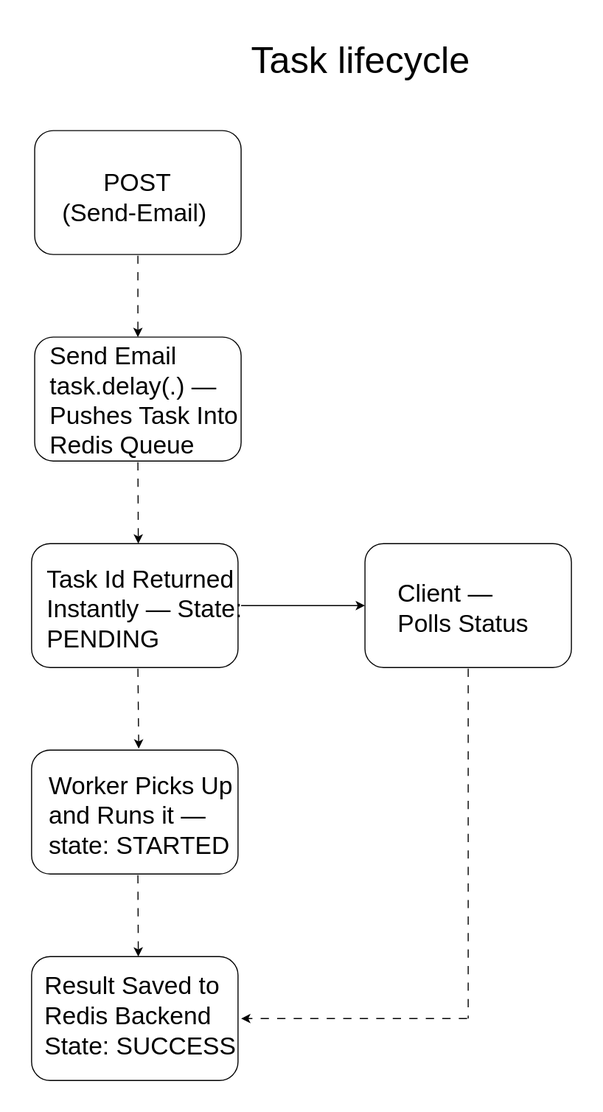
Above: Lab/Lab_2/images/Task lifecycle.drawio.svg in iftakhar-323/lab (draw.io), before the change. Source tidied: cells renumbered, new cells last; positions are measured from the earlier drawing's top-left corner, leaving out a move shared by most shapes. Source of this version:
```xml
<mxGraphModel>
  <root>
    <mxCell id="0" />
    <mxCell id="1" parent="0" />
    <mxCell id="2" style="rounded=1;whiteSpace=wrap;html=1;fillColor=light-dark(#FFFFFF,#FFF4C3);" parent="1" vertex="1">
      <mxGeometry x="3" y="96" width="200" height="120" as="geometry" />
    </mxCell>
    <mxCell id="3" style="rounded=1;whiteSpace=wrap;html=1;fillColor=light-dark(#FFFFFF,#FFF4C3);" parent="1" vertex="1">
      <mxGeometry x="3" y="296" width="200" height="120" as="geometry" />
    </mxCell>
    <mxCell id="4" style="rounded=1;whiteSpace=wrap;html=1;fillColor=light-dark(#FFFFFF,#FFFFCC);" parent="1" vertex="1">
      <mxGeometry y="496" width="200" height="120" as="geometry" />
    </mxCell>
    <mxCell id="5" style="rounded=1;whiteSpace=wrap;html=1;fillColor=light-dark(#FFFFFF,#FFFFCC);" parent="1" vertex="1">
      <mxGeometry y="696" width="200" height="120" as="geometry" />
    </mxCell>
    <mxCell id="6" style="rounded=1;whiteSpace=wrap;html=1;fillColor=light-dark(#FFFFFF,#FFFFCC);" parent="1" vertex="1">
      <mxGeometry y="896" width="200" height="120" as="geometry" />
    </mxCell>
    <mxCell id="7" style="rounded=1;whiteSpace=wrap;html=1;fillColor=light-dark(#FFFFFF,#FFFFCC);" parent="1" vertex="1">
      <mxGeometry x="323" y="496" width="200" height="120" as="geometry" />
    </mxCell>
    <mxCell id="8" style="endArrow=classic;html=1;rounded=0;entryX=0.5;entryY=0;entryDx=0;entryDy=0;flowAnimation=1;" parent="1" edge="1" target="3">
      <mxGeometry relative="1" as="geometry">
        <mxPoint x="103" y="216" as="sourcePoint" />
      </mxGeometry>
    </mxCell>
    <mxCell id="9" style="endArrow=classic;html=1;rounded=0;entryX=0.517;entryY=0;entryDx=0;entryDy=0;entryPerimeter=0;flowAnimation=1;" parent="1" edge="1" target="4">
      <mxGeometry relative="1" as="geometry">
        <mxPoint x="103" y="416" as="sourcePoint" />
      </mxGeometry>
    </mxCell>
    <mxCell id="10" style="endArrow=classic;html=1;rounded=0;entryX=0.519;entryY=-0.012;entryDx=0;entryDy=0;entryPerimeter=0;flowAnimation=1;" parent="1" edge="1" target="5">
      <mxGeometry relative="1" as="geometry">
        <mxPoint x="103" y="616" as="sourcePoint" />
      </mxGeometry>
    </mxCell>
    <mxCell id="11" style="endArrow=classic;html=1;rounded=0;entryX=0.517;entryY=0;entryDx=0;entryDy=0;entryPerimeter=0;flowAnimation=1;" parent="1" edge="1" target="6">
      <mxGeometry relative="1" as="geometry">
        <mxPoint x="103" y="816" as="sourcePoint" />
      </mxGeometry>
    </mxCell>
    <mxCell id="12" style="endArrow=classic;html=1;rounded=0;entryX=0;entryY=0.5;entryDx=0;entryDy=0;" parent="1" edge="1" target="7">
      <mxGeometry relative="1" as="geometry">
        <mxPoint x="203" y="556" as="sourcePoint" />
      </mxGeometry>
    </mxCell>
    <mxCell id="13" style="endArrow=classic;html=1;rounded=0;flowAnimation=1;" parent="1" edge="1">
      <mxGeometry relative="1" as="geometry">
        <mxPoint x="423" y="956" as="sourcePoint" />
        <mxPoint x="203" y="956" as="targetPoint" />
      </mxGeometry>
    </mxCell>
    <mxCell id="14" style="endArrow=none;html=1;rounded=0;flowAnimation=1;exitX=0.5;exitY=1;exitDx=0;exitDy=0;" parent="1" edge="1" source="7">
      <mxGeometry relative="1" as="geometry">
        <mxPoint x="423" y="956" as="targetPoint" />
      </mxGeometry>
    </mxCell>
    <mxCell id="15" value="&lt;font style=&quot;font-size: 36px;&quot;&gt;Task lifecycle&lt;/font&gt;" style="text;whiteSpace=wrap;html=1;" parent="1" vertex="1">
      <mxGeometry x="211" width="270" height="40" as="geometry" />
    </mxCell>
    <mxCell id="16" value="&lt;span style=&quot;color: light-dark(rgb(0, 0, 0), rgb(0, 0, 0));&quot;&gt;&lt;font style=&quot;font-size: 24px;&quot;&gt;&amp;nbsp; &amp;nbsp; &amp;nbsp; POST&amp;nbsp;&lt;/font&gt;&lt;/span&gt;&lt;div&gt;&lt;span style=&quot;color: light-dark(rgb(0, 0, 0), rgb(0, 0, 0));&quot;&gt;&lt;font style=&quot;font-size: 24px;&quot;&gt;(Send-Email)&lt;/font&gt;&lt;/span&gt;&lt;/div&gt;" style="text;whiteSpace=wrap;html=1;" parent="1" vertex="1">
      <mxGeometry x="28" y="126" width="155" height="40" as="geometry" />
    </mxCell>
    <mxCell id="17" value="&lt;span style=&quot;color: light-dark(rgb(0, 0, 0), rgb(0, 0, 0));&quot;&gt;&lt;font style=&quot;font-size: 24px;&quot;&gt;Send Email task.delay(.) — Pushes Task Into Redis Queue&lt;/font&gt;&lt;/span&gt;" style="text;whiteSpace=wrap;html=1;" parent="1" vertex="1">
      <mxGeometry x="16" y="294" width="230" height="80" as="geometry" />
    </mxCell>
    <mxCell id="18" value="&lt;span style=&quot;color: light-dark(rgb(0, 0, 0), rgb(0, 0, 0));&quot;&gt;&lt;font style=&quot;font-size: 24px;&quot;&gt;Task Id Returned Instantly — State: PENDING&lt;/font&gt;&lt;/span&gt;" style="text;whiteSpace=wrap;html=1;" parent="1" vertex="1">
      <mxGeometry x="13" y="510" width="208" height="40" as="geometry" />
    </mxCell>
    <mxCell id="19" value="&lt;span style=&quot;color: light-dark(rgb(0, 0, 0), rgb(0, 0, 0));&quot;&gt;&lt;font style=&quot;font-size: 24px;&quot;&gt;Worker Picks Up and Runs it — state: STARTED&lt;/font&gt;&lt;/span&gt;" style="text;whiteSpace=wrap;html=1;" parent="1" vertex="1">
      <mxGeometry x="14.5" y="710" width="193" height="40" as="geometry" />
    </mxCell>
    <mxCell id="20" value="&lt;span style=&quot;color: light-dark(rgb(0, 0, 0), rgb(0, 0, 0));&quot;&gt;&lt;font style=&quot;font-size: 24px;&quot;&gt;Result Saved to Redis Backend&amp;nbsp; State: SUCCESS&lt;/font&gt;&lt;/span&gt;" style="text;whiteSpace=wrap;html=1;" parent="1" vertex="1">
      <mxGeometry x="11" y="904" width="200" height="40" as="geometry" />
    </mxCell>
    <mxCell id="21" value="&lt;span style=&quot;color: light-dark(rgb(0, 0, 0), rgb(0, 0, 0));&quot;&gt;&lt;font style=&quot;font-size: 24px;&quot;&gt;Client — Polls Status&lt;/font&gt;&lt;/span&gt;" style="text;whiteSpace=wrap;html=1;" parent="1" vertex="1">
      <mxGeometry x="353" y="524" width="140" height="40" as="geometry" />
    </mxCell>
  </root>
</mxGraphModel>
```
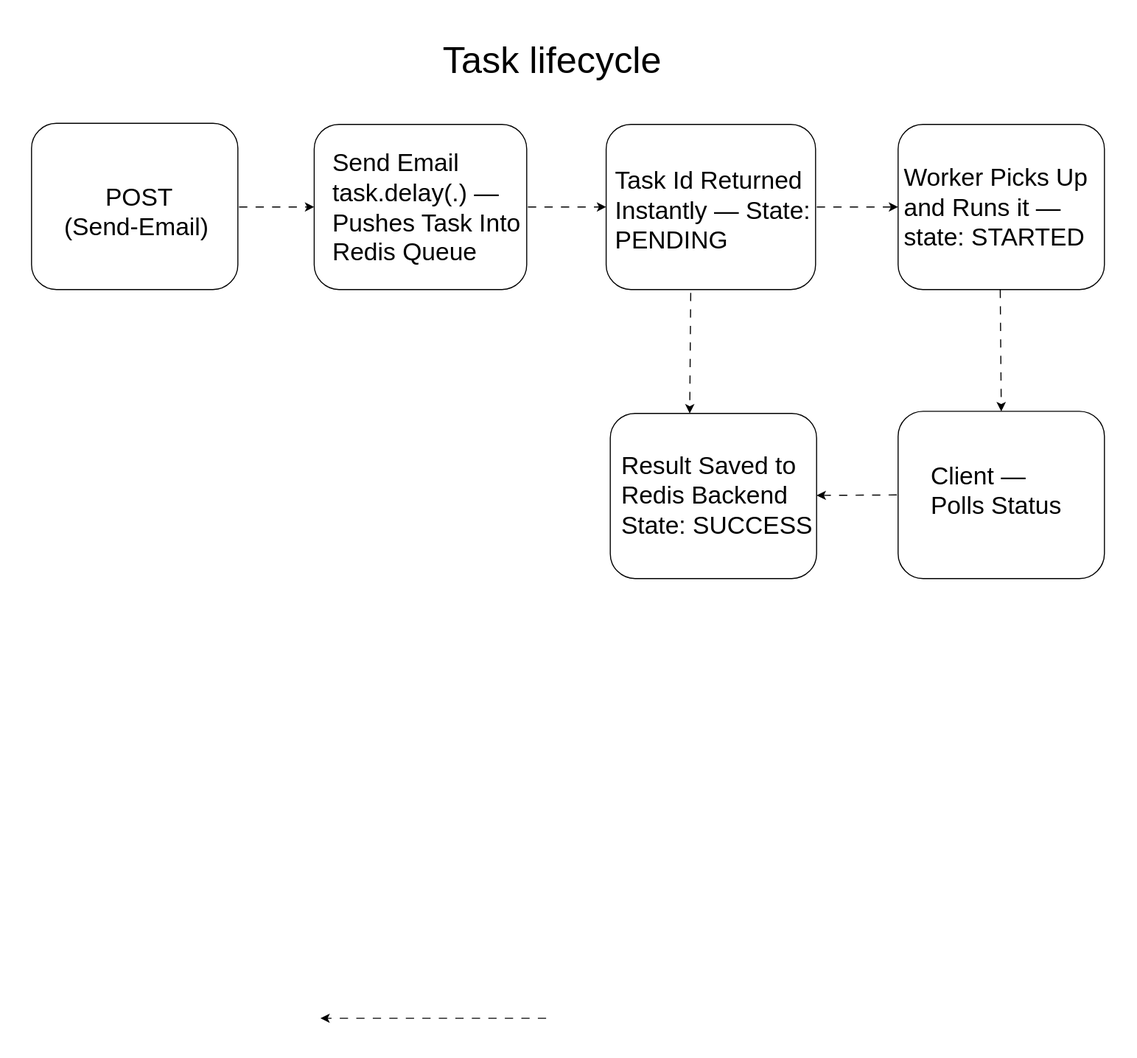
The same diagram one commit later.

Change to the diagram source:
```diff
@@ -2,80 +2,78 @@
   <root>
     <mxCell id="0" />
     <mxCell id="1" parent="0" />
-    <mxCell id="2" style="rounded=1;whiteSpace=wrap;html=1;fillColor=light-dark(#FFFFFF,#FFF4C3);" parent="1" vertex="1">
-      <mxGeometry x="3" y="96" width="200" height="120" as="geometry" />
-    </mxCell>
-    <mxCell id="3" style="rounded=1;whiteSpace=wrap;html=1;fillColor=light-dark(#FFFFFF,#FFF4C3);" parent="1" vertex="1">
-      <mxGeometry x="3" y="296" width="200" height="120" as="geometry" />
-    </mxCell>
-    <mxCell id="4" style="rounded=1;whiteSpace=wrap;html=1;fillColor=light-dark(#FFFFFF,#FFFFCC);" parent="1" vertex="1">
-      <mxGeometry y="496" width="200" height="120" as="geometry" />
-    </mxCell>
-    <mxCell id="5" style="rounded=1;whiteSpace=wrap;html=1;fillColor=light-dark(#FFFFFF,#FFFFCC);" parent="1" vertex="1">
-      <mxGeometry y="696" width="200" height="120" as="geometry" />
-    </mxCell>
-    <mxCell id="6" style="rounded=1;whiteSpace=wrap;html=1;fillColor=light-dark(#FFFFFF,#FFFFCC);" parent="1" vertex="1">
-      <mxGeometry y="896" width="200" height="120" as="geometry" />
-    </mxCell>
-    <mxCell id="7" style="rounded=1;whiteSpace=wrap;html=1;fillColor=light-dark(#FFFFFF,#FFFFCC);" parent="1" vertex="1">
-      <mxGeometry x="323" y="496" width="200" height="120" as="geometry" />
-    </mxCell>
-    <mxCell id="8" style="endArrow=classic;html=1;rounded=0;entryX=0.5;entryY=0;entryDx=0;entryDy=0;flowAnimation=1;" parent="1" edge="1" target="3">
-      <mxGeometry relative="1" as="geometry">
-        <mxPoint x="103" y="216" as="sourcePoint" />
-      </mxGeometry>
-    </mxCell>
-    <mxCell id="9" style="endArrow=classic;html=1;rounded=0;entryX=0.517;entryY=0;entryDx=0;entryDy=0;entryPerimeter=0;flowAnimation=1;" parent="1" edge="1" target="4">
-      <mxGeometry relative="1" as="geometry">
-        <mxPoint x="103" y="416" as="sourcePoint" />
-      </mxGeometry>
-    </mxCell>
-    <mxCell id="10" style="endArrow=classic;html=1;rounded=0;entryX=0.519;entryY=-0.012;entryDx=0;entryDy=0;entryPerimeter=0;flowAnimation=1;" parent="1" edge="1" target="5">
-      <mxGeometry relative="1" as="geometry">
-        <mxPoint x="103" y="616" as="sourcePoint" />
-      </mxGeometry>
-    </mxCell>
-    <mxCell id="11" style="endArrow=classic;html=1;rounded=0;entryX=0.517;entryY=0;entryDx=0;entryDy=0;entryPerimeter=0;flowAnimation=1;" parent="1" edge="1" target="6">
-      <mxGeometry relative="1" as="geometry">
-        <mxPoint x="103" y="816" as="sourcePoint" />
-      </mxGeometry>
-    </mxCell>
-    <mxCell id="12" style="endArrow=classic;html=1;rounded=0;entryX=0;entryY=0.5;entryDx=0;entryDy=0;" parent="1" edge="1" target="7">
-      <mxGeometry relative="1" as="geometry">
-        <mxPoint x="203" y="556" as="sourcePoint" />
-      </mxGeometry>
-    </mxCell>
-    <mxCell id="13" style="endArrow=classic;html=1;rounded=0;flowAnimation=1;" parent="1" edge="1">
-      <mxGeometry relative="1" as="geometry">
-        <mxPoint x="423" y="956" as="sourcePoint" />
-        <mxPoint x="203" y="956" as="targetPoint" />
-      </mxGeometry>
-    </mxCell>
-    <mxCell id="14" style="endArrow=none;html=1;rounded=0;flowAnimation=1;exitX=0.5;exitY=1;exitDx=0;exitDy=0;" parent="1" edge="1" source="7">
-      <mxGeometry relative="1" as="geometry">
-        <mxPoint x="423" y="956" as="targetPoint" />
-      </mxGeometry>
-    </mxCell>
+    <mxCell id="22" style="rounded=1;whiteSpace=wrap;html=1;fillColor=light-dark(#FFFFFF,#FFF4C3);" parent="1" vertex="1">
+      <mxGeometry x="-77" y="89" width="200" height="161" as="geometry" />
+    </mxCell>
+    <mxCell id="23" style="rounded=1;whiteSpace=wrap;html=1;fillColor=light-dark(#FFFFFF,#FFF4C3);" parent="1" vertex="1">
+      <mxGeometry x="197" y="90" width="206" height="160" as="geometry" />
+    </mxCell>
+    <mxCell id="24" style="rounded=1;whiteSpace=wrap;html=1;fillColor=light-dark(#FFFFFF,#FFFFCC);" parent="1" vertex="1">
+      <mxGeometry x="480" y="90" width="203" height="160" as="geometry" />
+    </mxCell>
+    <mxCell id="25" style="rounded=1;whiteSpace=wrap;html=1;fillColor=light-dark(#FFFFFF,#FFFFCC);" parent="1" vertex="1">
+      <mxGeometry x="763" y="90" width="200" height="160" as="geometry" />
+    </mxCell>
+    <mxCell id="26" style="rounded=1;whiteSpace=wrap;html=1;fillColor=light-dark(#FFFFFF,#FFFFCC);" parent="1" vertex="1">
+      <mxGeometry x="484" y="370" width="200" height="160" as="geometry" />
+    </mxCell>
+    <mxCell id="27" style="rounded=1;whiteSpace=wrap;html=1;fillColor=light-dark(#FFFFFF,#FFFFCC);" parent="1" vertex="1">
+      <mxGeometry x="763" y="368" width="200" height="162" as="geometry" />
+    </mxCell>
+    <mxCell id="28" style="endArrow=classic;html=1;rounded=0;flowAnimation=1;" parent="1" edge="1">
+      <mxGeometry relative="1" as="geometry">
+        <mxPoint x="423" y="956" as="sourcePoint" />
+        <mxPoint x="203" y="956" as="targetPoint" />
+      </mxGeometry>
+    </mxCell>
     <mxCell id="15" value="&lt;font style=&quot;font-size: 36px;&quot;&gt;Task lifecycle&lt;/font&gt;" style="text;whiteSpace=wrap;html=1;" parent="1" vertex="1">
-      <mxGeometry x="211" width="270" height="40" as="geometry" />
+      <mxGeometry x="320" width="270" height="40" as="geometry" />
     </mxCell>
     <mxCell id="16" value="&lt;span style=&quot;color: light-dark(rgb(0, 0, 0), rgb(0, 0, 0));&quot;&gt;&lt;font style=&quot;font-size: 24px;&quot;&gt;&amp;nbsp; &amp;nbsp; &amp;nbsp; POST&amp;nbsp;&lt;/font&gt;&lt;/span&gt;&lt;div&gt;&lt;span style=&quot;color: light-dark(rgb(0, 0, 0), rgb(0, 0, 0));&quot;&gt;&lt;font style=&quot;font-size: 24px;&quot;&gt;(Send-Email)&lt;/font&gt;&lt;/span&gt;&lt;/div&gt;" style="text;whiteSpace=wrap;html=1;" parent="1" vertex="1">
-      <mxGeometry x="28" y="126" width="155" height="40" as="geometry" />
+      <mxGeometry x="-47" y="140" width="155" height="40" as="geometry" />
     </mxCell>
     <mxCell id="17" value="&lt;span style=&quot;color: light-dark(rgb(0, 0, 0), rgb(0, 0, 0));&quot;&gt;&lt;font style=&quot;font-size: 24px;&quot;&gt;Send Email task.delay(.) — Pushes Task Into Redis Queue&lt;/font&gt;&lt;/span&gt;" style="text;whiteSpace=wrap;html=1;" parent="1" vertex="1">
-      <mxGeometry x="16" y="294" width="230" height="80" as="geometry" />
+      <mxGeometry x="213" y="107" width="212" height="77" as="geometry" />
     </mxCell>
     <mxCell id="18" value="&lt;span style=&quot;color: light-dark(rgb(0, 0, 0), rgb(0, 0, 0));&quot;&gt;&lt;font style=&quot;font-size: 24px;&quot;&gt;Task Id Returned Instantly — State: PENDING&lt;/font&gt;&lt;/span&gt;" style="text;whiteSpace=wrap;html=1;" parent="1" vertex="1">
-      <mxGeometry x="13" y="510" width="208" height="40" as="geometry" />
+      <mxGeometry x="487" y="124" width="208" height="40" as="geometry" />
     </mxCell>
     <mxCell id="19" value="&lt;span style=&quot;color: light-dark(rgb(0, 0, 0), rgb(0, 0, 0));&quot;&gt;&lt;font style=&quot;font-size: 24px;&quot;&gt;Worker Picks Up and Runs it — state: STARTED&lt;/font&gt;&lt;/span&gt;" style="text;whiteSpace=wrap;html=1;" parent="1" vertex="1">
-      <mxGeometry x="14.5" y="710" width="193" height="40" as="geometry" />
+      <mxGeometry x="766.5" y="121" width="193" height="40" as="geometry" />
     </mxCell>
     <mxCell id="20" value="&lt;span style=&quot;color: light-dark(rgb(0, 0, 0), rgb(0, 0, 0));&quot;&gt;&lt;font style=&quot;font-size: 24px;&quot;&gt;Result Saved to Redis Backend&amp;nbsp; State: SUCCESS&lt;/font&gt;&lt;/span&gt;" style="text;whiteSpace=wrap;html=1;" parent="1" vertex="1">
-      <mxGeometry x="11" y="904" width="200" height="40" as="geometry" />
+      <mxGeometry x="493" y="400" width="200" height="40" as="geometry" />
     </mxCell>
     <mxCell id="21" value="&lt;span style=&quot;color: light-dark(rgb(0, 0, 0), rgb(0, 0, 0));&quot;&gt;&lt;font style=&quot;font-size: 24px;&quot;&gt;Client — Polls Status&lt;/font&gt;&lt;/span&gt;" style="text;whiteSpace=wrap;html=1;" parent="1" vertex="1">
-      <mxGeometry x="353" y="524" width="140" height="40" as="geometry" />
+      <mxGeometry x="793" y="410" width="140" height="40" as="geometry" />
     </mxCell>
+    <mxCell id="29" style="endArrow=classic;html=1;rounded=0;entryX=0;entryY=0.5;entryDx=0;entryDy=0;flowAnimation=1;" parent="1" edge="1" target="23">
+      <mxGeometry relative="1" as="geometry">
+        <mxPoint x="123" y="170" as="sourcePoint" />
+      </mxGeometry>
+    </mxCell>
+    <mxCell id="30" style="endArrow=classic;html=1;rounded=0;entryX=0;entryY=0.5;entryDx=0;entryDy=0;flowAnimation=1;" parent="1" edge="1" target="24">
+      <mxGeometry relative="1" as="geometry">
+        <mxPoint x="403" y="170" as="sourcePoint" />
+      </mxGeometry>
+    </mxCell>
+    <mxCell id="31" style="endArrow=classic;html=1;rounded=0;entryX=0;entryY=0.5;entryDx=0;entryDy=0;flowAnimation=1;" parent="1" edge="1" target="25">
+      <mxGeometry relative="1" as="geometry">
+        <mxPoint x="683" y="170" as="sourcePoint" />
+      </mxGeometry>
+    </mxCell>
+    <mxCell id="32" style="endArrow=classic;html=1;rounded=0;entryX=0.5;entryY=0;entryDx=0;entryDy=0;flowAnimation=1;" parent="1" edge="1" target="27">
+      <mxGeometry relative="1" as="geometry">
+        <mxPoint x="862" y="249" as="sourcePoint" />
+      </mxGeometry>
+    </mxCell>
+    <mxCell id="33" style="endArrow=classic;html=1;rounded=0;exitX=0;exitY=0.5;exitDx=0;exitDy=0;flowAnimation=1;" parent="1" edge="1" source="27" target="26">
+      <mxGeometry relative="1" as="geometry" />
+    </mxCell>
+    <mxCell id="34" style="endArrow=classic;html=1;rounded=0;entryX=0.385;entryY=0;entryDx=0;entryDy=0;entryPerimeter=0;flowAnimation=1;" parent="1" edge="1" target="26">
+      <mxGeometry relative="1" as="geometry">
+        <mxPoint x="562" y="252" as="sourcePoint" />
+      </mxGeometry>
+    </mxCell>
   </root>
 </mxGraphModel>
```
